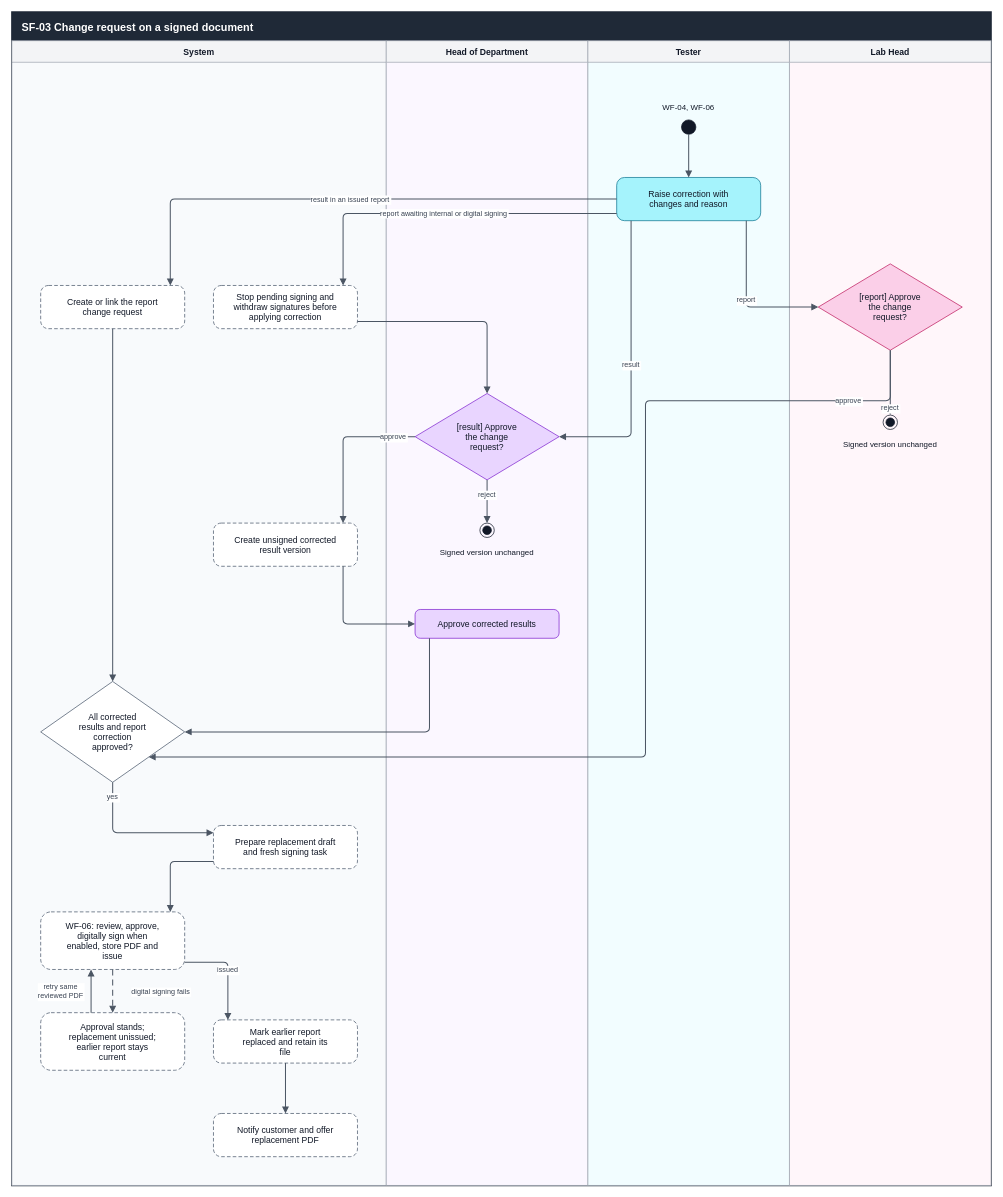
SoltuneMontepre/medilab keeps this draw.io diagram as docs/reports/activity-diagram/final/Supporting flows/SF-03 Change request on a signed document.drawio. Above is the earlier version. Source tidied: cells renumbered, new cells numbered last; positions are measured from the earlier drawing's top-left corner, leaving out a move shared by most shapes. Both pictures are drawn from the tidied source at 72%, with x=0, y=0 at pixel (12, 12).
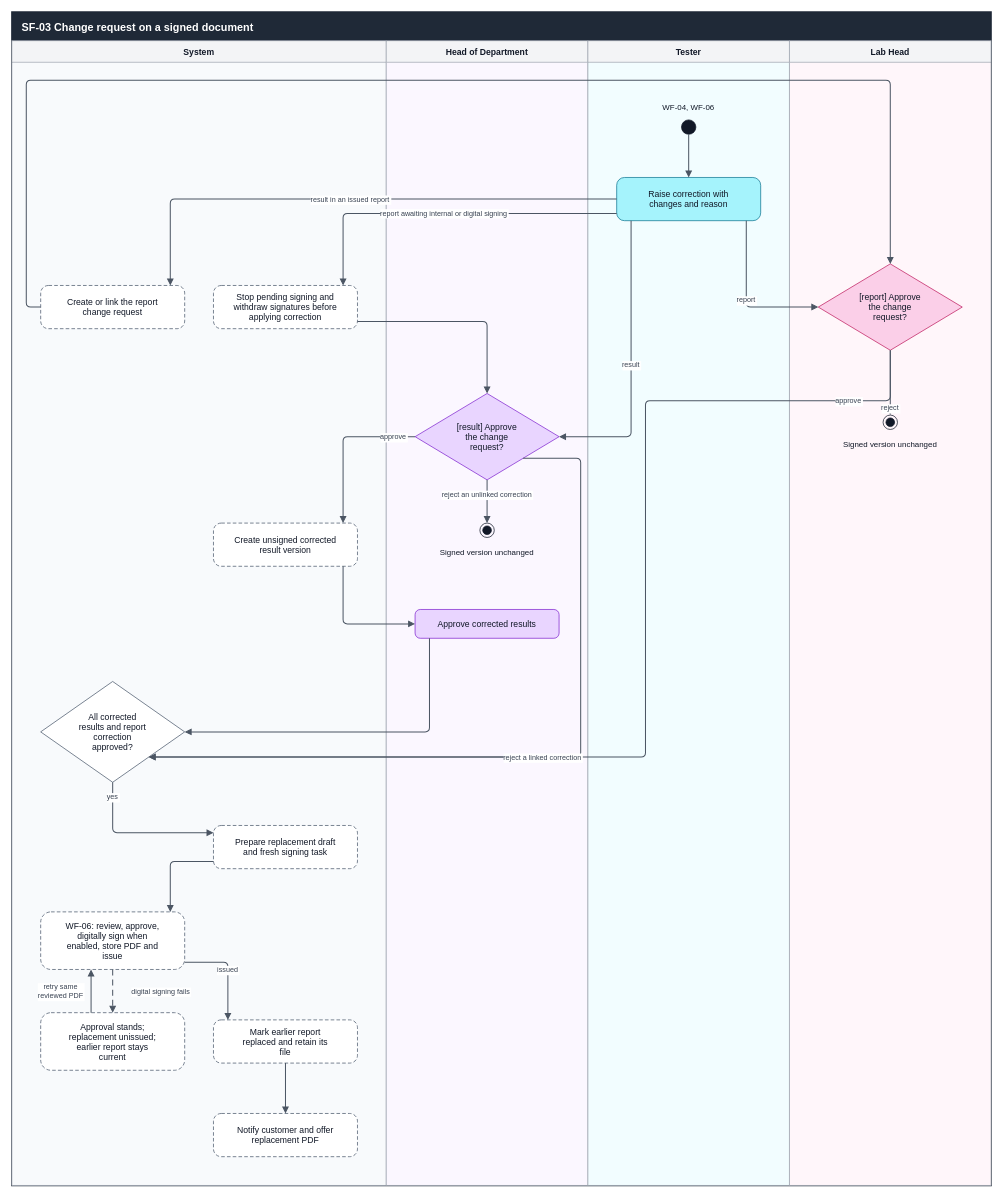
After the change.

Commit message (it also covers changes not shown here):
[docs] Cancel held samples, resume testing after re-collection, open templates to their editors and route linked report corrections

The change refers to these unchanged cells:
```xml
<mxCell id="2" value="SF-03 Change request on a signed document" style="swimlane;startSize=40;html=0;fillColor=#1F2937;fontColor=#FFFFFF;strokeColor=#1F2937;strokeWidth=2;swimlaneFillColor=#FFFFFF;fontStyle=1;fontSize=15;fontFamily=Helvetica;align=left;spacingLeft=12;" parent="1" vertex="1">
  <mxGeometry width="1360" height="1630" as="geometry" />
</mxCell>
<mxCell id="8" value="[result] Approve&#10;the change&#10;request?" style="rhombus;spacingLeft=38;spacingRight=38;html=0;fontSize=12;fontFamily=Helvetica;fontColor=#111827;fillColor=#E9D5FF;strokeColor=#7E22CE;" parent="2" vertex="1">
  <mxGeometry x="560" y="530" width="200" height="120" as="geometry" />
</mxCell>
<mxCell id="10" value="[report] Approve&#10;the change&#10;request?" style="rhombus;spacingLeft=38;spacingRight=38;html=0;fontSize=12;fontFamily=Helvetica;fontColor=#111827;fillColor=#FBCFE8;strokeColor=#BE185D;" parent="2" vertex="1">
  <mxGeometry x="1120" y="350" width="200" height="120" as="geometry" />
</mxCell>
<mxCell id="11" value="Create or link the report&#10;change request" style="rounded=1;arcSize=18;dashed=1;dashPattern=5 3;html=0;fontSize=12;fontFamily=Helvetica;fontColor=#111827;fillColor=#FFFFFF;strokeColor=#475569;" parent="2" vertex="1">
  <mxGeometry x="40" y="380" width="200" height="60" as="geometry" />
</mxCell>
<mxCell id="13" style="shape=endState;html=0;fillColor=#111827;strokeColor=#111827;" parent="2" vertex="1">
  <mxGeometry x="650" y="710" width="20" height="20" as="geometry" />
</mxCell>
<mxCell id="16" value="All corrected&#10;results and report&#10;correction&#10;approved?" style="rhombus;spacingLeft=38;spacingRight=38;html=0;fontSize=12;fontFamily=Helvetica;fontColor=#111827;fillColor=#FFFFFF;strokeColor=#475569;" parent="2" vertex="1">
  <mxGeometry x="40" y="930" width="200" height="140" as="geometry" />
</mxCell>
```

The edit, as a diff of the source:
```diff
@@
-    <mxCell id="30" value="reject" style="edgeStyle=none;rounded=1;arcSize=12;html=0;endArrow=block;endFill=1;endSize=6;strokeColor=#4B5563;strokeWidth=1.4;exitX=0.50000;exitY=1.00000;exitDx=0;exitDy=0;exitPerimeter=0;entryX=0.50000;entryY=0.00000;entryDx=0;entryDy=0;entryPerimeter=0;fontSize=10;fontFamily=Helvetica;fontColor=#374151;labelBackgroundColor=#FFFFFF;" parent="2" edge="1" source="8" target="13">
+    <mxCell id="30" value="reject an unlinked correction" style="edgeStyle=none;rounded=1;arcSize=12;html=0;endArrow=block;endFill=1;endSize=6;strokeColor=#4B5563;strokeWidth=1.4;exitX=0.50000;exitY=1.00000;exitDx=0;exitDy=0;exitPerimeter=0;entryX=0.50000;entryY=0.00000;entryDx=0;entryDy=0;entryPerimeter=0;fontSize=10;fontFamily=Helvetica;fontColor=#374151;labelBackgroundColor=#FFFFFF;" parent="2" edge="1" source="8" target="13">
       <mxGeometry x="-0.33" relative="1" as="geometry" />
     </mxCell>
@@
-    <mxCell id="36" style="edgeStyle=none;rounded=1;arcSize=12;html=0;endArrow=block;endFill=1;endSize=6;strokeColor=#4B5563;strokeWidth=1.4;exitX=0.50000;exitY=1.00000;exitDx=0;exitDy=0;exitPerimeter=0;entryX=0.50000;entryY=0.00000;entryDx=0;entryDy=0;entryPerimeter=0;fontSize=10;fontFamily=Helvetica;fontColor=#374151;labelBackgroundColor=#FFFFFF;" parent="2" edge="1" source="11" target="16">
-      <mxGeometry relative="1" as="geometry" />
+    <mxCell id="36" style="edgeStyle=none;rounded=1;arcSize=12;html=0;endArrow=block;endFill=1;endSize=6;strokeColor=#4B5563;strokeWidth=1.4;exitX=0.00000;exitY=0.50000;exitDx=0;exitDy=0;exitPerimeter=0;entryX=0.50000;entryY=0.00000;entryDx=0;entryDy=0;entryPerimeter=0;fontSize=10;fontFamily=Helvetica;fontColor=#374151;labelBackgroundColor=#FFFFFF;" parent="2" edge="1" source="11" target="10">
+      <mxGeometry relative="1" as="geometry">
+        <Array as="points">
+          <mxPoint x="20" y="410" />
+          <mxPoint x="20" y="95" />
+          <mxPoint x="1220" y="95" />
+        </Array>
+      </mxGeometry>
     </mxCell>
@@
+    <mxCell id="45" value="reject a linked correction" style="edgeStyle=none;rounded=1;arcSize=12;html=0;endArrow=block;endFill=1;endSize=6;strokeColor=#4B5563;strokeWidth=1.4;exitX=0.75000;exitY=0.75000;exitDx=0;exitDy=0;exitPerimeter=0;entryX=0.75000;entryY=0.75000;entryDx=0;entryDy=0;entryPerimeter=0;fontSize=10;fontFamily=Helvetica;fontColor=#374151;labelBackgroundColor=#FFFFFF;" parent="2" edge="1" source="8" target="16">
+      <mxGeometry relative="1" as="geometry">
+        <Array as="points">
+          <mxPoint x="790" y="620" />
+          <mxPoint x="790" y="1035" />
+        </Array>
+      </mxGeometry>
+    </mxCell>
```
